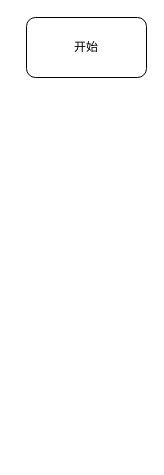
This is 项目文档/系统结构设计/就业形势分析.drawio from xltx-wu/Employment-analysis-and-recommendation-system, a draw.io file, before an edit. Source tidied: cells renumbered, new cells numbered last; positions are measured from the earlier drawing's top-left corner, leaving out a move shared by most shapes. Both pictures are drawn from the tidied source at 100%, with x=0, y=0 at pixel (26, 17).
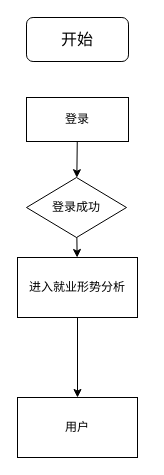
The same page after the edit.

Diff of the diagram source:
```diff
@@
 <mxGraphModel>
   <root>
     <mxCell id="0" />
     <mxCell id="1" parent="0" />
-    <mxCell id="2" value="开始" style="rounded=1;whiteSpace=wrap;html=1;fillColor=none;" parent="1" vertex="1">
-      <mxGeometry width="120" height="60" as="geometry" />
+    <mxCell id="2" value="开始" style="rounded=1;whiteSpace=wrap;html=1;fillColor=none;fontSize=16;fontFamily=宋体;" parent="1" vertex="1">
+      <mxGeometry width="102" height="44" as="geometry" />
     </mxCell>
+    <mxCell id="3" style="edgeStyle=none;html=1;fontFamily=宋体;fontSize=12;" parent="1" edge="1" source="4" target="6">
+      <mxGeometry relative="1" as="geometry" />
+    </mxCell>
+    <mxCell id="4" value="登录" style="rounded=0;whiteSpace=wrap;html=1;fontFamily=宋体;fontSize=12;fillColor=none;" parent="1" vertex="1">
+      <mxGeometry y="80" width="102" height="44" as="geometry" />
+    </mxCell>
+    <mxCell id="5" style="edgeStyle=none;html=1;fontFamily=宋体;fontSize=12;" parent="1" edge="1" source="6" target="8">
+      <mxGeometry relative="1" as="geometry" />
+    </mxCell>
+    <mxCell id="6" value="登录成功" style="rhombus;whiteSpace=wrap;html=1;fontFamily=宋体;fillColor=none;rounded=0;" parent="1" vertex="1">
+      <mxGeometry y="160" width="100" height="60" as="geometry" />
+    </mxCell>
+    <mxCell id="7" style="edgeStyle=none;html=1;fontFamily=宋体;fontSize=12;" parent="1" edge="1" source="8" target="9">
+      <mxGeometry relative="1" as="geometry" />
+    </mxCell>
+    <mxCell id="8" value="进入就业形势分析" style="whiteSpace=wrap;html=1;fontFamily=宋体;fillColor=none;rounded=0;" parent="1" vertex="1">
+      <mxGeometry x="-9" y="240" width="120" height="60" as="geometry" />
+    </mxCell>
+    <mxCell id="9" value="用户" style="whiteSpace=wrap;html=1;fontFamily=宋体;fillColor=none;rounded=0;" parent="1" vertex="1">
+      <mxGeometry x="-9" y="380" width="120" height="60" as="geometry" />
+    </mxCell>
   </root>
 </mxGraphModel>
```
